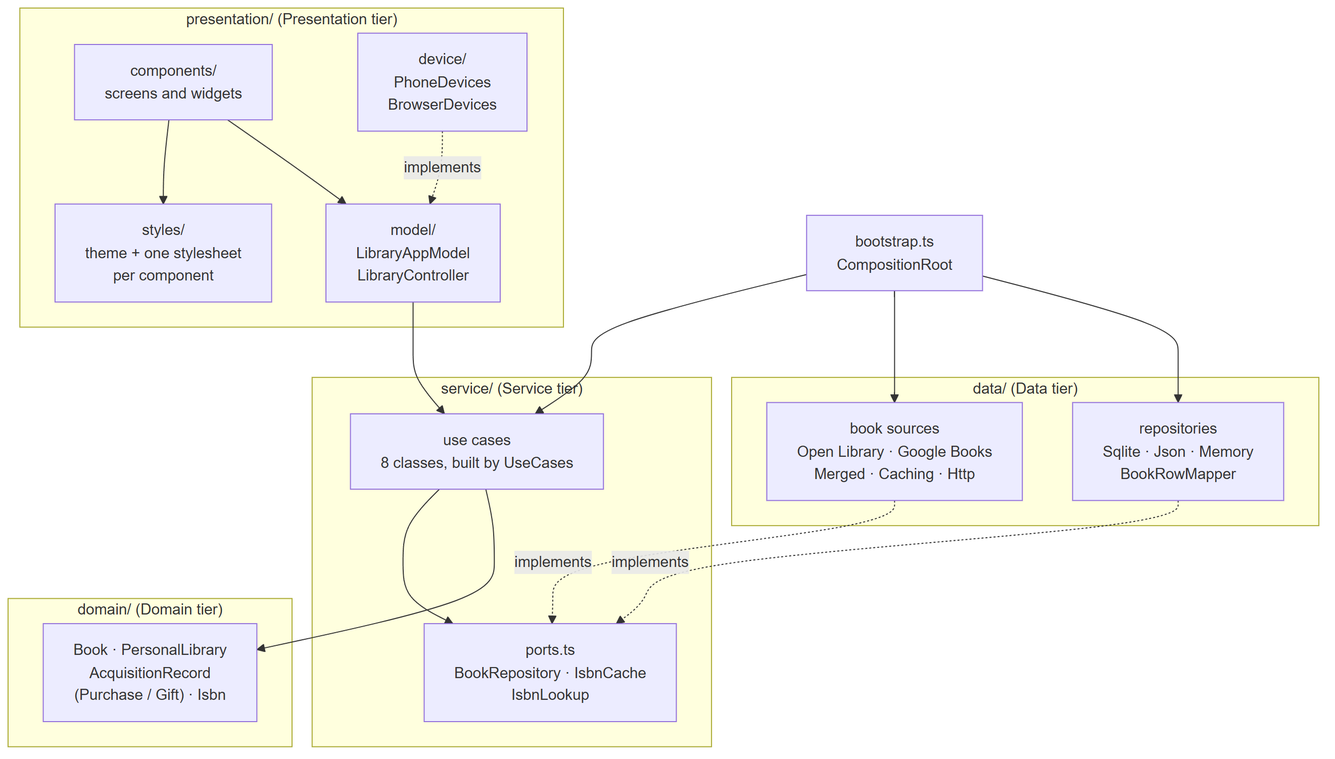
Before: docs/design/figures/decomposition.png, a diagram exported from Mermaid (ghechavarria/cen5064-project-hechavarria). Its source is kept beside it as docs/design/diagrams/decomposition.mmd.
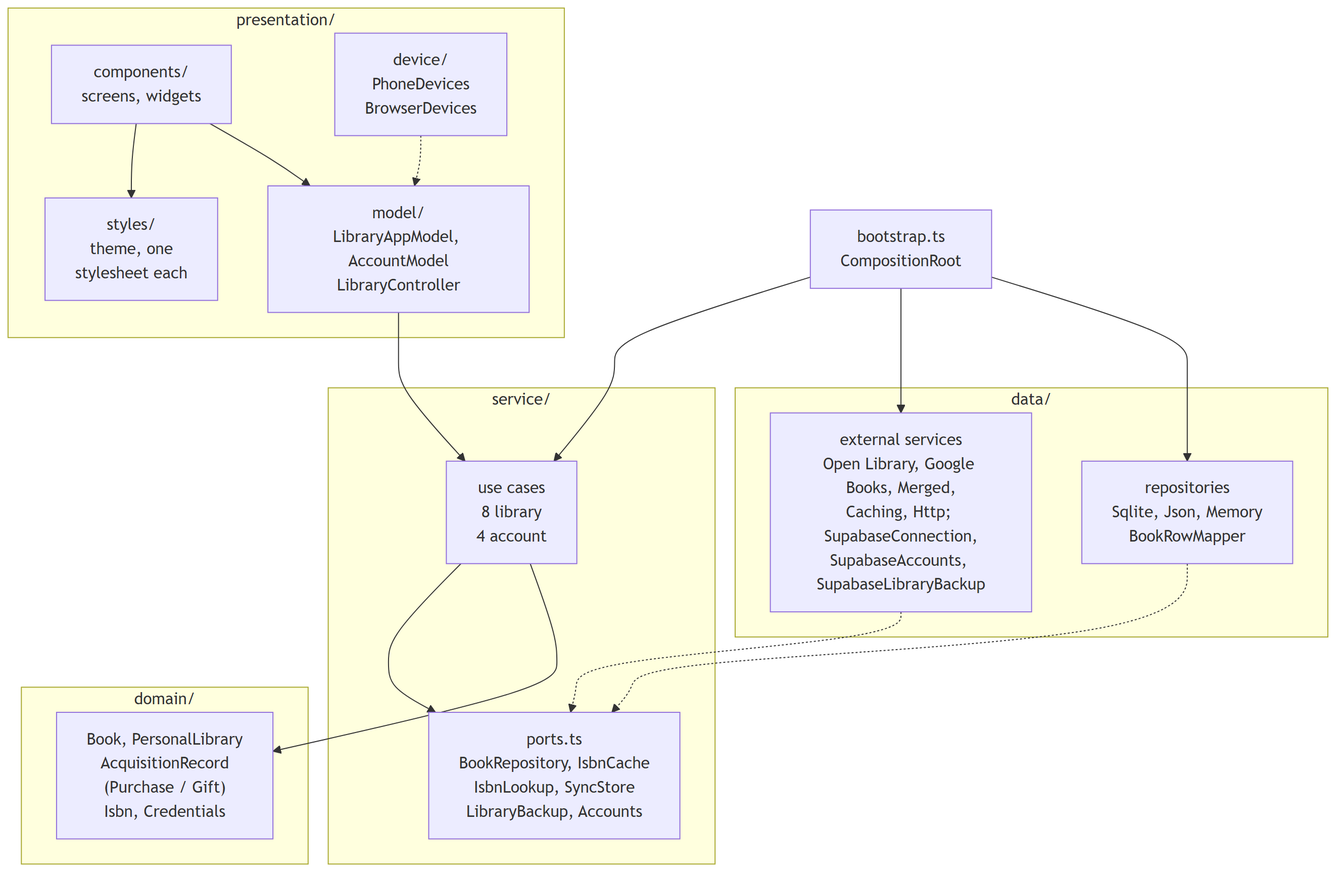
Above is the later version.

What changed in the source:
```diff
@@ -1,30 +1,30 @@
 flowchart TB
-    subgraph P ["presentation/ (Presentation tier)"]
-        views["components/<br/>screens and widgets"]
-        vm["model/<br/>LibraryAppModel<br/>LibraryController"]
+    subgraph P ["presentation/"]
+        views["components/<br/>screens, widgets"]
+        vm["model/<br/>LibraryAppModel, AccountModel<br/>LibraryController"]
         dev["device/<br/>PhoneDevices<br/>BrowserDevices"]
-        sty["styles/<br/>theme + one stylesheet<br/>per component"]
+        sty["styles/<br/>theme, one<br/>stylesheet each"]
     end
-    subgraph S ["service/ (Service tier)"]
-        uc["use cases<br/>8 classes, built by UseCases"]
-        ports["ports.ts<br/>BookRepository · IsbnCache<br/>IsbnLookup"]
+    subgraph S ["service/"]
+        uc["use cases<br/>8 library<br/>4 account"]
+        ports["ports.ts<br/>BookRepository, IsbnCache<br/>IsbnLookup, SyncStore<br/>LibraryBackup, Accounts"]
     end
-    subgraph D ["domain/ (Domain tier)"]
-        dm["Book · PersonalLibrary<br/>AcquisitionRecord<br/>(Purchase / Gift) · Isbn"]
+    subgraph D ["domain/"]
+        dm["Book, PersonalLibrary<br/>AcquisitionRecord<br/>(Purchase / Gift)<br/>Isbn, Credentials"]
     end
-    subgraph DA ["data/ (Data tier)"]
-        repo["repositories<br/>Sqlite · Json · Memory<br/>BookRowMapper"]
-        src["book sources<br/>Open Library · Google Books<br/>Merged · Caching · Http"]
+    subgraph DA ["data/"]
+        repo["repositories<br/>Sqlite, Json, Memory<br/>BookRowMapper"]
+        ext["external services<br/>Open Library, Google Books, Merged,<br/>Caching, Http; SupabaseConnection,<br/>SupabaseAccounts, SupabaseLibraryBackup"]
     end
     root["bootstrap.ts<br/>CompositionRoot"]
     views --> vm
     views --> sty
-    dev -. implements .-> vm
+    dev -.-> vm
     vm --> uc
     uc --> dm
     uc --> ports
-    repo -. implements .-> ports
-    src -. implements .-> ports
+    repo -.-> ports
+    ext -.-> ports
     root --> repo
-    root --> src
+    root --> ext
     root --> uc
```
